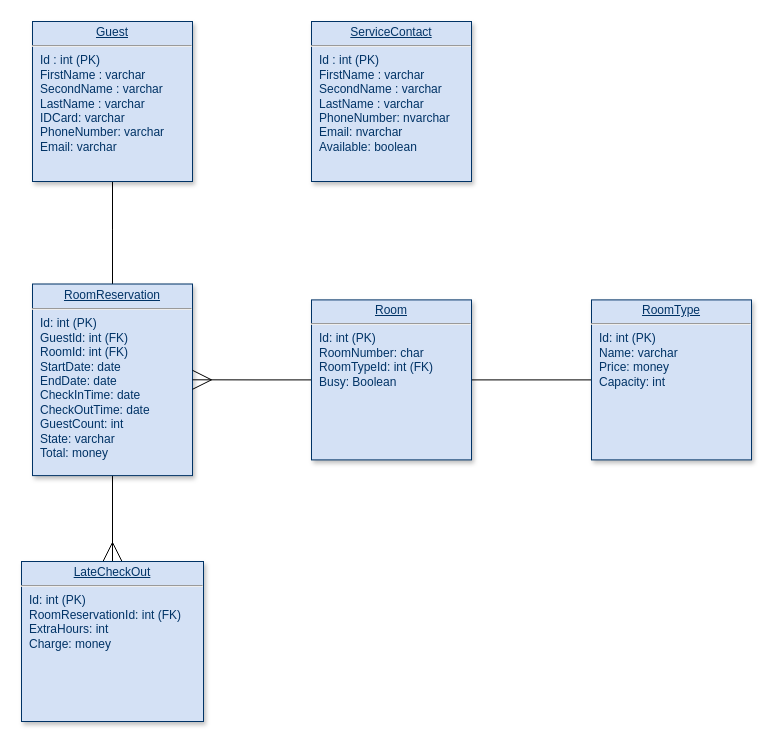
Above: Database diagram.drawio in JorgeMartinezSanchez/ResidencialAlCubo_WebEdtion (draw.io), before the change. Source tidied: cells renumbered, new cells numbered last; positions are measured from the earlier drawing's top-left corner, leaving out a move shared by most shapes. Both pictures are drawn from the tidied source at 100%, with x=0, y=0 at pixel (21, 21).
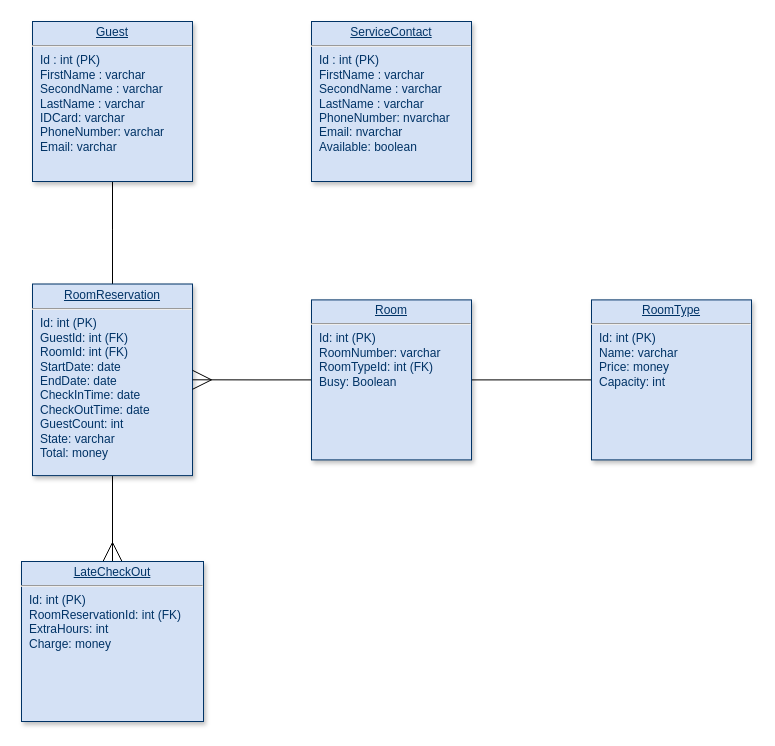
After the change.

What changed in the source:
```diff
@@
 <mxGraphModel>
   <root>
     <mxCell id="0" />
     <mxCell id="1" parent="0" />
     <mxCell id="2" style="edgeStyle=orthogonalEdgeStyle;rounded=0;jettySize=auto;html=1;entryX=0.5;entryY=0;entryDx=0;entryDy=0;endArrow=none;endFill=0;startSize=6;endSize=17;" parent="1" edge="1" source="3" target="5">
       <mxGeometry relative="1" as="geometry">
         <Array as="points">
           <mxPoint x="91" y="208.4" />
           <mxPoint x="91" y="208.4" />
         </Array>
       </mxGeometry>
     </mxCell>
     <mxCell id="3" value="&lt;p style=&quot;margin: 0px; margin-top: 4px; text-align: center; text-decoration: underline;&quot;&gt;Guest&lt;/p&gt;&lt;hr&gt;&lt;p style=&quot;margin: 0px; margin-left: 8px;&quot;&gt;Id : int (PK)&lt;/p&gt;&lt;p style=&quot;margin: 0px; margin-left: 8px;&quot;&gt;FirstName : varchar&lt;/p&gt;&lt;p style=&quot;margin: 0px; margin-left: 8px;&quot;&gt;SecondName : varchar&lt;/p&gt;&lt;p style=&quot;margin: 0px; margin-left: 8px;&quot;&gt;LastName : varchar&lt;/p&gt;&lt;p style=&quot;margin: 0px; margin-left: 8px;&quot;&gt;IDCard: varchar&lt;/p&gt;&lt;p style=&quot;margin: 0px; margin-left: 8px;&quot;&gt;PhoneNumber: varchar&lt;/p&gt;&lt;p style=&quot;margin: 0px; margin-left: 8px;&quot;&gt;Email: varchar&lt;/p&gt;&lt;p style=&quot;margin: 0px; margin-left: 8px;&quot;&gt;&lt;br&gt;&lt;/p&gt;" style="verticalAlign=top;align=left;overflow=fill;fontSize=12;fontFamily=Helvetica;html=1;strokeColor=#003366;shadow=1;fillColor=#D4E1F5;fontColor=#003366;" parent="1" vertex="1">
       <mxGeometry x="11" width="160" height="160" as="geometry" />
     </mxCell>
     <mxCell id="4" style="edgeStyle=orthogonalEdgeStyle;rounded=0;jettySize=auto;html=1;endArrow=ERmany;endFill=0;endSize=17;" parent="1" edge="1" source="5" target="10">
       <mxGeometry relative="1" as="geometry" />
     </mxCell>
     <mxCell id="5" value="&lt;p style=&quot;margin: 0px; margin-top: 4px; text-align: center; text-decoration: underline;&quot;&gt;RoomReservation&lt;/p&gt;&lt;hr&gt;&lt;p style=&quot;margin: 0px; margin-left: 8px;&quot;&gt;Id: int (PK)&lt;/p&gt;&lt;p style=&quot;margin: 0px; margin-left: 8px;&quot;&gt;GuestId: int (FK)&lt;/p&gt;&lt;p style=&quot;margin: 0px; margin-left: 8px;&quot;&gt;RoomId: int (FK)&lt;br&gt;StartDate: date&lt;/p&gt;&lt;p style=&quot;margin: 0px; margin-left: 8px;&quot;&gt;EndDate: date&lt;/p&gt;&lt;p style=&quot;margin: 0px; margin-left: 8px;&quot;&gt;CheckInTime: date&lt;/p&gt;&lt;p style=&quot;margin: 0px; margin-left: 8px;&quot;&gt;&lt;span style=&quot;background-color: transparent; color: light-dark(rgb(0, 51, 102), rgb(161, 205, 249));&quot;&gt;CheckOutTime&lt;/span&gt;: date&lt;/p&gt;&lt;p style=&quot;margin: 0px; margin-left: 8px;&quot;&gt;GuestCount: int&lt;br&gt;State: varchar&lt;/p&gt;&lt;p style=&quot;margin: 0px; margin-left: 8px;&quot;&gt;Total: money&lt;/p&gt;" style="verticalAlign=top;align=left;overflow=fill;fontSize=12;fontFamily=Helvetica;html=1;strokeColor=#003366;shadow=1;fillColor=#D4E1F5;fontColor=#003366;" parent="1" vertex="1">
       <mxGeometry x="11" y="262.5" width="160" height="191.6" as="geometry" />
     </mxCell>
     <mxCell id="6" style="edgeStyle=orthogonalEdgeStyle;rounded=0;jettySize=auto;html=1;endArrow=ERmany;endFill=0;endSize=17;" parent="1" edge="1" source="8" target="5">
       <mxGeometry relative="1" as="geometry" />
     </mxCell>
     <mxCell id="7" style="edgeStyle=orthogonalEdgeStyle;rounded=0;jettySize=auto;html=1;endArrow=none;endFill=0;entryX=0;entryY=0.5;entryDx=0;entryDy=0;" parent="1" edge="1" source="8" target="11">
       <mxGeometry relative="1" as="geometry" />
     </mxCell>
-    <mxCell id="8" value="&lt;p style=&quot;margin: 0px; margin-top: 4px; text-align: center; text-decoration: underline;&quot;&gt;Room&lt;/p&gt;&lt;hr&gt;&lt;p style=&quot;margin: 0px; margin-left: 8px;&quot;&gt;Id: int (PK)&lt;/p&gt;&lt;p style=&quot;margin: 0px; margin-left: 8px;&quot;&gt;RoomNumber: char&lt;/p&gt;&lt;p style=&quot;margin: 0px; margin-left: 8px;&quot;&gt;RoomTypeId: int (FK)&lt;/p&gt;&lt;p style=&quot;margin: 0px; margin-left: 8px;&quot;&gt;&lt;span style=&quot;background-color: transparent; color: light-dark(rgb(0, 51, 102), rgb(161, 205, 249));&quot;&gt;Busy: Boolean&lt;/span&gt;&lt;/p&gt;" style="verticalAlign=top;align=left;overflow=fill;fontSize=12;fontFamily=Helvetica;html=1;strokeColor=#003366;shadow=1;fillColor=#D4E1F5;fontColor=#003366;" parent="1" vertex="1">
+    <mxCell id="8" value="&lt;p style=&quot;margin: 0px; margin-top: 4px; text-align: center; text-decoration: underline;&quot;&gt;Room&lt;/p&gt;&lt;hr&gt;&lt;p style=&quot;margin: 0px; margin-left: 8px;&quot;&gt;Id: int (PK)&lt;/p&gt;&lt;p style=&quot;margin: 0px; margin-left: 8px;&quot;&gt;RoomNumber: varchar&lt;/p&gt;&lt;p style=&quot;margin: 0px; margin-left: 8px;&quot;&gt;RoomTypeId: int (FK)&lt;/p&gt;&lt;p style=&quot;margin: 0px; margin-left: 8px;&quot;&gt;&lt;span style=&quot;background-color: transparent; color: light-dark(rgb(0, 51, 102), rgb(161, 205, 249));&quot;&gt;Busy: Boolean&lt;/span&gt;&lt;/p&gt;" style="verticalAlign=top;align=left;overflow=fill;fontSize=12;fontFamily=Helvetica;html=1;strokeColor=#003366;shadow=1;fillColor=#D4E1F5;fontColor=#003366;" parent="1" vertex="1">
       <mxGeometry x="290" y="278.4" width="160" height="160" as="geometry" />
     </mxCell>
     <mxCell id="9" value="&lt;p style=&quot;margin: 0px; margin-top: 4px; text-align: center; text-decoration: underline;&quot;&gt;ServiceContact&lt;/p&gt;&lt;hr&gt;&lt;p style=&quot;margin: 0px 0px 0px 8px;&quot;&gt;Id : int (PK)&lt;/p&gt;&lt;p style=&quot;margin: 0px 0px 0px 8px;&quot;&gt;&lt;span style=&quot;background-color: transparent; color: light-dark(rgb(0, 51, 102), rgb(161, 205, 249));&quot;&gt;FirstName : varchar&lt;/span&gt;&lt;/p&gt;&lt;p style=&quot;margin: 0px 0px 0px 8px;&quot;&gt;SecondName : varchar&lt;/p&gt;&lt;p style=&quot;margin: 0px 0px 0px 8px;&quot;&gt;LastName : varchar&lt;/p&gt;&lt;p style=&quot;margin: 0px 0px 0px 8px;&quot;&gt;PhoneNumber: nvarchar&lt;/p&gt;&lt;p style=&quot;margin: 0px 0px 0px 8px;&quot;&gt;Email: nvarchar&lt;/p&gt;&lt;p style=&quot;margin: 0px 0px 0px 8px;&quot;&gt;Available: boolean&lt;/p&gt;" style="verticalAlign=top;align=left;overflow=fill;fontSize=12;fontFamily=Helvetica;html=1;strokeColor=#003366;shadow=1;fillColor=#D4E1F5;fontColor=#003366;" parent="1" vertex="1">
       <mxGeometry x="290" width="160" height="160" as="geometry" />
     </mxCell>
     <mxCell id="10" value="&lt;p style=&quot;margin: 0px; margin-top: 4px; text-align: center; text-decoration: underline;&quot;&gt;LateCheckOut&lt;/p&gt;&lt;hr&gt;&lt;p style=&quot;margin: 0px; margin-left: 8px;&quot;&gt;Id: int (PK)&lt;/p&gt;&lt;p style=&quot;margin: 0px; margin-left: 8px;&quot;&gt;RoomReservationId: int (FK)&lt;/p&gt;&lt;p style=&quot;margin: 0px; margin-left: 8px;&quot;&gt;ExtraHours: int&lt;/p&gt;&lt;p style=&quot;margin: 0px; margin-left: 8px;&quot;&gt;Charge: money&lt;/p&gt;" style="verticalAlign=top;align=left;overflow=fill;fontSize=12;fontFamily=Helvetica;html=1;strokeColor=#003366;shadow=1;fillColor=#D4E1F5;fontColor=#003366;" parent="1" vertex="1">
       <mxGeometry y="540" width="182" height="160" as="geometry" />
     </mxCell>
     <mxCell id="11" value="&lt;p style=&quot;margin: 0px; margin-top: 4px; text-align: center; text-decoration: underline;&quot;&gt;RoomType&lt;/p&gt;&lt;hr&gt;&lt;p style=&quot;margin: 0px; margin-left: 8px;&quot;&gt;Id: int (PK)&lt;/p&gt;&lt;p style=&quot;margin: 0px; margin-left: 8px;&quot;&gt;Name: varchar&lt;/p&gt;&lt;p style=&quot;margin: 0px; margin-left: 8px;&quot;&gt;&lt;span style=&quot;background-color: transparent; color: light-dark(rgb(0, 51, 102), rgb(161, 205, 249));&quot;&gt;Price: money&lt;/span&gt;&lt;/p&gt;&lt;p style=&quot;margin: 0px; margin-left: 8px;&quot;&gt;&lt;span style=&quot;background-color: transparent; color: light-dark(rgb(0, 51, 102), rgb(161, 205, 249));&quot;&gt;Capacity: int&lt;/span&gt;&lt;/p&gt;" style="verticalAlign=top;align=left;overflow=fill;fontSize=12;fontFamily=Helvetica;html=1;strokeColor=#003366;shadow=1;fillColor=#D4E1F5;fontColor=#003366;" parent="1" vertex="1">
       <mxGeometry x="570" y="278.4" width="160" height="160" as="geometry" />
     </mxCell>
   </root>
 </mxGraphModel>
```
